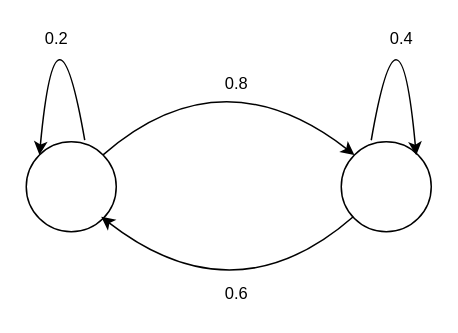
TheUndercover01/Probability---IT302 keeps this draw.io diagram as Untitled Diagram.drawio. Above is the earlier version. Source tidied: cells renumbered, new cells numbered last; positions are measured from the earlier drawing's top-left corner, leaving out a move shared by most shapes. Both pictures are drawn from the tidied source at 150%, with x=0, y=0 at pixel (26, -24).
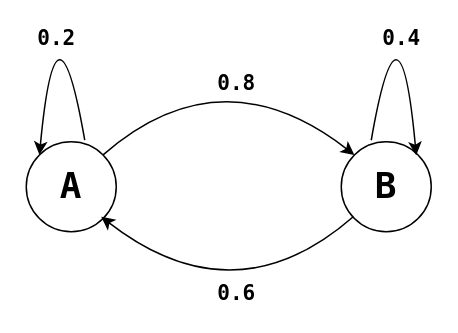
The same page after the edit.

Unchanged cells that the change refers to:
```xml
<mxCell id="4" style="endArrow=classic;html=1;curved=1;exitX=0.65;exitY=-0.017;exitDx=0;exitDy=0;exitPerimeter=0;entryX=0;entryY=0;entryDx=0;entryDy=0;" parent="1" edge="1" source="3" target="3">
  <mxGeometry relative="1" as="geometry">
    <Array as="points">
      <mxPoint x="20" />
    </Array>
  </mxGeometry>
</mxCell>
<mxCell id="6" style="endArrow=classic;html=1;curved=1;exitX=0.65;exitY=-0.017;exitDx=0;exitDy=0;exitPerimeter=0;entryX=0;entryY=0;entryDx=0;entryDy=0;" parent="1" edge="1">
  <mxGeometry relative="1" as="geometry">
    <mxPoint x="230" y="109" as="sourcePoint" />
    <mxPoint x="260" y="119" as="targetPoint" />
    <Array as="points">
      <mxPoint x="249" />
    </Array>
  </mxGeometry>
</mxCell>
<mxCell id="8" style="endArrow=classic;html=1;entryX=0;entryY=0;entryDx=0;entryDy=0;exitX=1;exitY=0;exitDx=0;exitDy=0;curved=1;" parent="1" edge="1" source="3" target="2">
  <mxGeometry relative="1" as="geometry">
    <Array as="points">
      <mxPoint x="130" y="50" />
    </Array>
  </mxGeometry>
</mxCell>
<mxCell id="10" style="endArrow=classic;html=1;entryX=0;entryY=0;entryDx=0;entryDy=0;exitX=1;exitY=0;exitDx=0;exitDy=0;curved=1;" parent="1" edge="1">
  <mxGeometry relative="1" as="geometry">
    <mxPoint x="218" y="160" as="sourcePoint" />
    <mxPoint x="50" y="160" as="targetPoint" />
    <Array as="points">
      <mxPoint x="139" y="229" />
    </Array>
  </mxGeometry>
</mxCell>
```

Change to the diagram source:
```diff
@@
-    <mxCell id="2" style="ellipse;whiteSpace=wrap;html=1;" parent="1" vertex="1">
+    <mxCell id="2" value="&lt;h1&gt;&lt;font face=&quot;Lucida Console&quot;&gt;B&lt;/font&gt;&lt;/h1&gt;" style="ellipse;whiteSpace=wrap;html=1;" parent="1" vertex="1">
       <mxGeometry x="210" y="110" width="60" height="60" as="geometry" />
     </mxCell>
-    <mxCell id="3" style="ellipse;whiteSpace=wrap;html=1;" parent="1" vertex="1">
+    <mxCell id="3" value="&lt;h1&gt;&lt;font face=&quot;Lucida Console&quot;&gt;A&lt;/font&gt;&lt;/h1&gt;" style="ellipse;whiteSpace=wrap;html=1;" parent="1" vertex="1">
       <mxGeometry y="110" width="60" height="60" as="geometry" />
     </mxCell>
@@
-    <mxCell id="5" value="0.2" style="edgeLabel;html=1;align=center;verticalAlign=middle;" parent="4" vertex="1">
+    <mxCell id="5" value="&lt;font size=&quot;1&quot; face=&quot;Lucida Console&quot;&gt;&lt;b style=&quot;font-size: 14px;&quot;&gt;0.2&lt;/b&gt;&lt;/font&gt;" style="edgeLabel;html=1;align=center;verticalAlign=middle;" parent="4" vertex="1">
       <mxGeometry relative="1" as="geometry">
         <mxPoint y="36" as="offset" />
       </mxGeometry>
     </mxCell>
@@
-    <mxCell id="7" value="0.4" style="edgeLabel;html=1;align=center;verticalAlign=middle;" parent="6" vertex="1">
+    <mxCell id="7" value="&lt;font size=&quot;1&quot; face=&quot;Lucida Console&quot;&gt;&lt;b style=&quot;font-size: 14px;&quot;&gt;0.4&lt;/b&gt;&lt;/font&gt;" style="edgeLabel;html=1;align=center;verticalAlign=middle;" parent="6" vertex="1">
       <mxGeometry relative="1" as="geometry">
         <mxPoint y="36" as="offset" />
       </mxGeometry>
     </mxCell>
@@
-    <mxCell id="9" value="0.8" style="edgeLabel;html=1;align=center;verticalAlign=middle;" parent="8" vertex="1">
+    <mxCell id="9" value="&lt;font style=&quot;font-size: 14px;&quot;&gt;0.8&lt;/font&gt;" style="edgeLabel;html=1;align=center;verticalAlign=middle;fontStyle=1;fontFamily=Lucida Console;fontSize=14;" parent="8" vertex="1">
       <mxGeometry relative="1" as="geometry">
         <mxPoint x="7" y="18" as="offset" />
       </mxGeometry>
     </mxCell>
@@
-    <mxCell id="11" value="0.6" style="edgeLabel;html=1;align=center;verticalAlign=middle;" parent="10" vertex="1">
+    <mxCell id="11" value="&lt;font style=&quot;font-size: 14px;&quot;&gt;0.6&lt;/font&gt;" style="edgeLabel;html=1;align=center;verticalAlign=middle;fontStyle=1;fontFamily=Lucida Console;" parent="10" vertex="1">
       <mxGeometry relative="1" as="geometry">
         <mxPoint x="4" y="-16" as="offset" />
       </mxGeometry>
     </mxCell>
```
